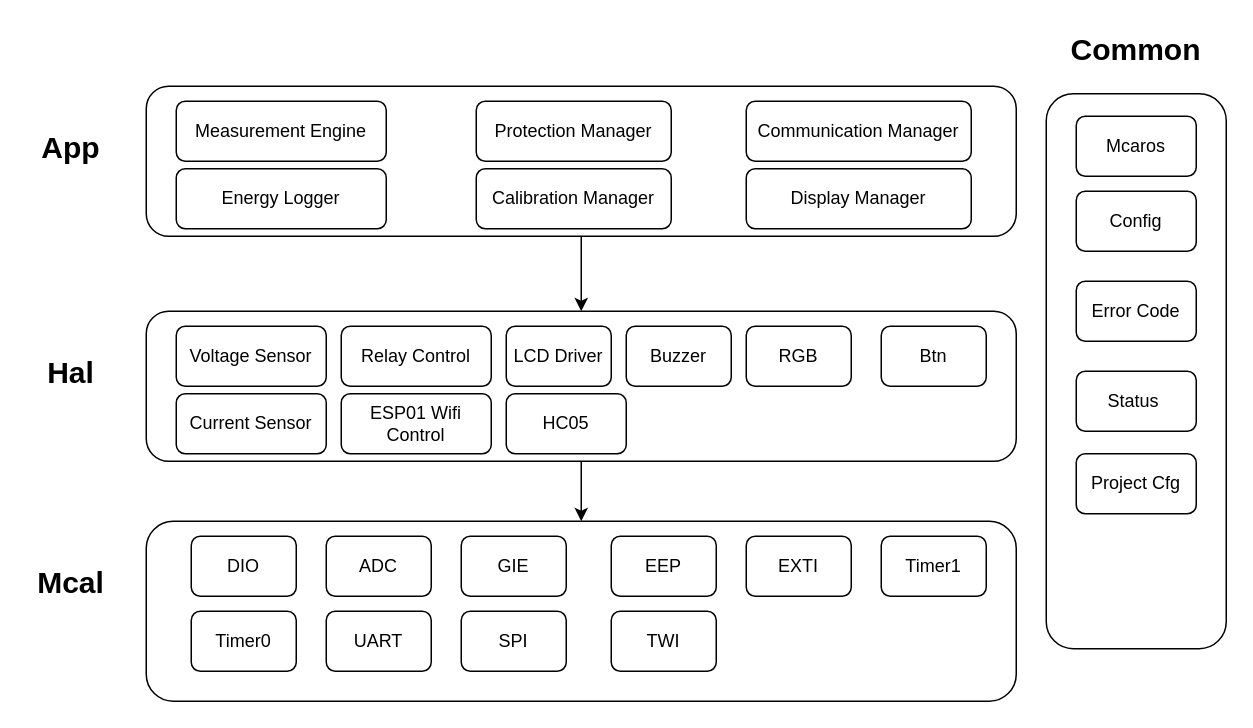
Earlier version of the draw.io diagram Design/ProjectUMLDigrams/ComponentDigrams/ComponentDigram.drawio (Gestell-Solution/Smart_Energy_Management_System). Source tidied: cells renumbered, new cells numbered last; positions are measured from the earlier drawing's top-left corner, leaving out a move shared by most shapes. Both pictures are drawn from the tidied source at 150%, with x=0, y=0 at pixel (26, 26).
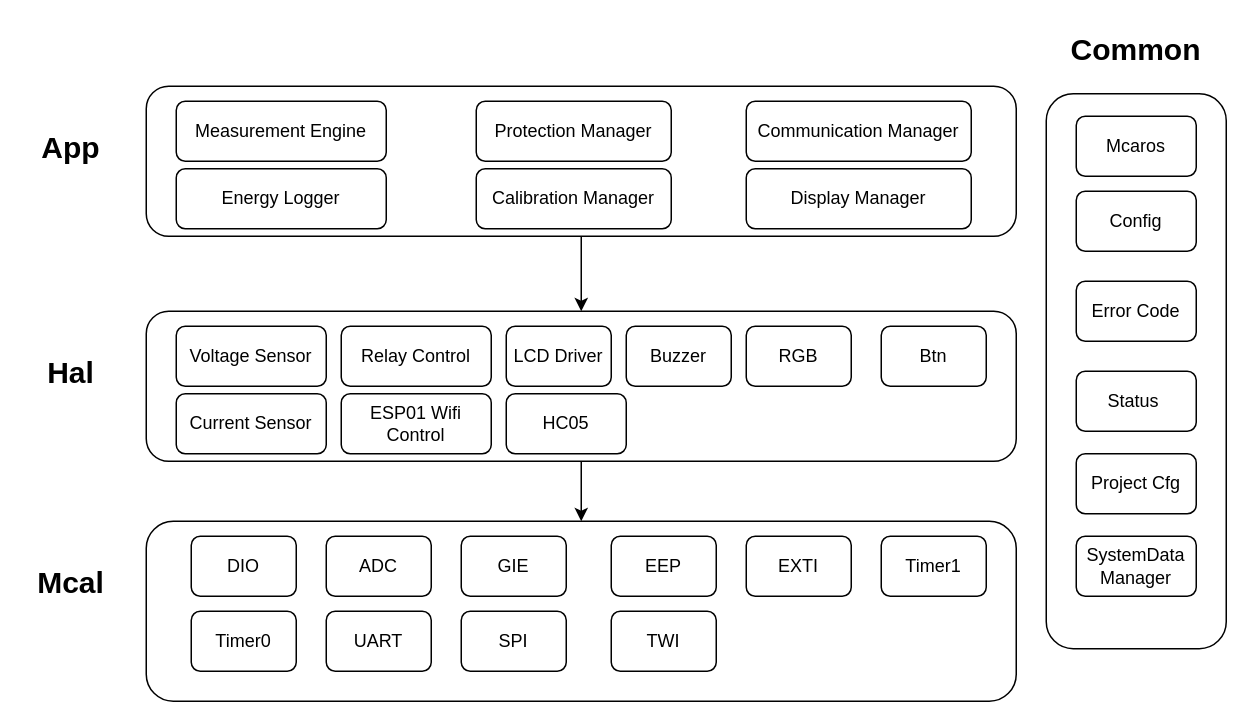
After the change.

Change to the diagram source:
```diff
@@
+    <mxCell id="42" value="SystemData Manager" style="rounded=1;whiteSpace=wrap;html=1;" parent="1" vertex="1">
+      <mxGeometry x="700" y="340" width="80" height="40" as="geometry" />
+    </mxCell>
```
